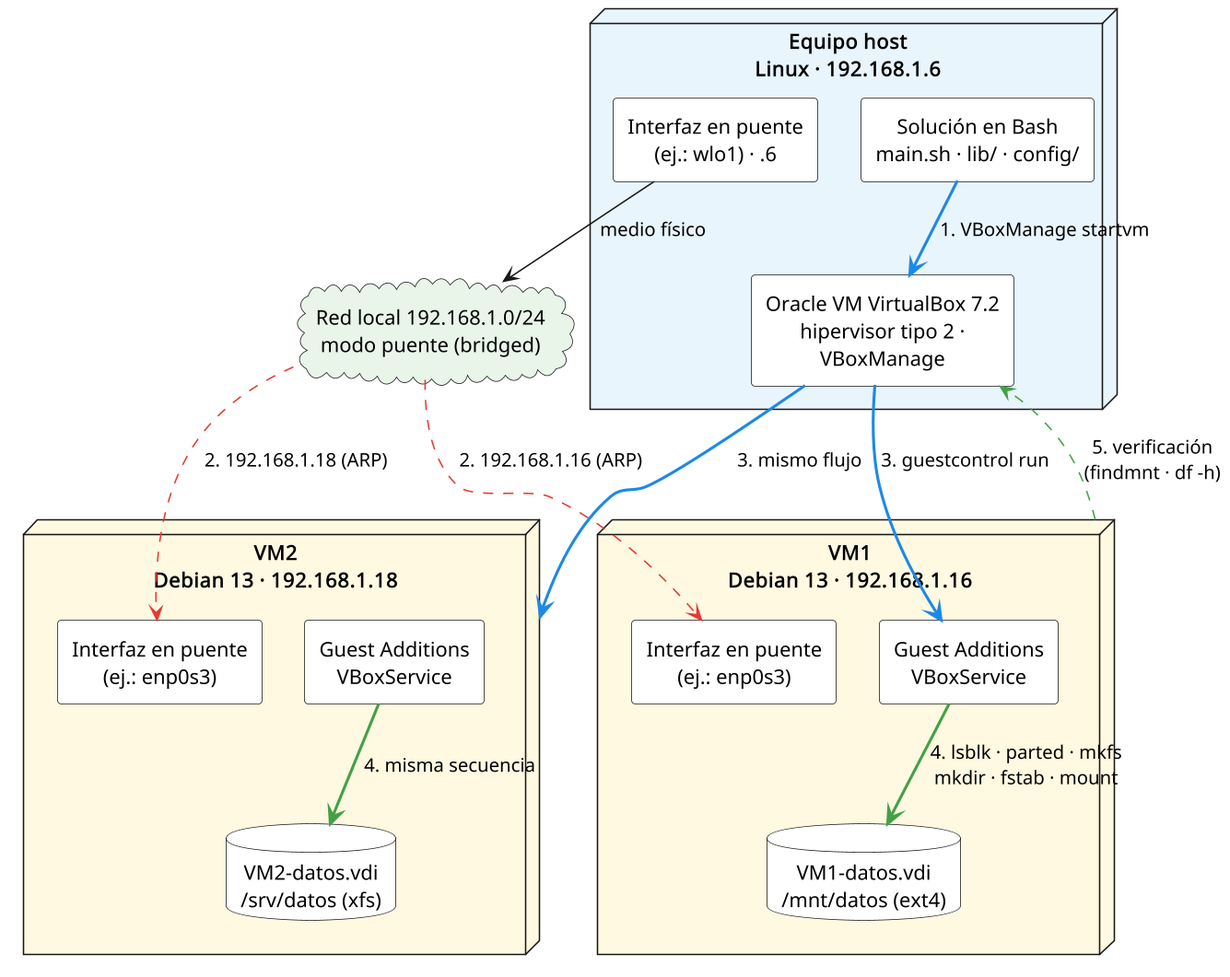
Before: documento/images/escenario.png, a diagram exported from PlantUML (spalax-dev/vbox-disk-automation).
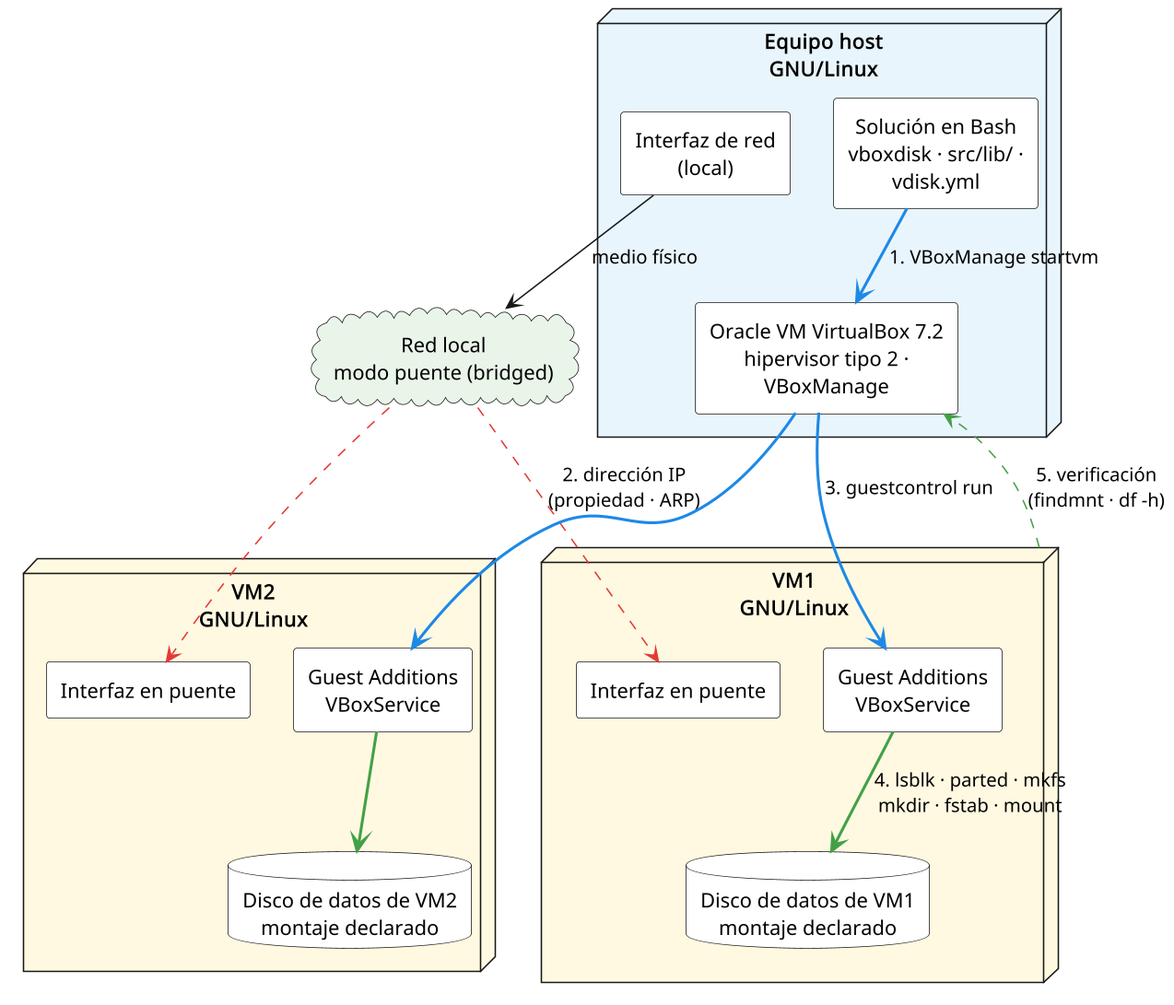
The same file after the commit.

Diff of the diagram source:
```diff
@@ -8,35 +8,35 @@
 skinparam wrapWidth 170
 skinparam defaultTextAlignment center
 
-node "Equipo host\nLinux · 192.168.1.6" as HOST #E8F4FC {
-  component "Solución en Bash\nmain.sh · lib/ · config/" as SOL #FFFFFF
-  component "Interfaz en puente\n(ej.: wlo1) · .6" as HNIC #FFFFFF
+node "Equipo host\nGNU/Linux" as HOST #E8F4FC {
+  component "Solución en Bash\nvboxdisk · src/lib/ · vdisk.yml" as SOL #FFFFFF
+  component "Interfaz de red\n(local)" as HNIC #FFFFFF
   component "Oracle VM VirtualBox 7.2\nhipervisor tipo 2 · VBoxManage" as VBox #FFFFFF
 }
 
-cloud "Red local 192.168.1.0/24\nmodo puente (bridged)" as LAN #E8F5E9
+cloud "Red local\nmodo puente (bridged)" as LAN #E8F5E9
 
-node "VM1\nDebian 13 · 192.168.1.16" as VM1 #FFF8E1 {
-  component "Interfaz en puente\n(ej.: enp0s3)" as NIC1 #FFFFFF
+node "VM1\nGNU/Linux" as VM1 #FFF8E1 {
+  component "Interfaz en puente" as NIC1 #FFFFFF
   component "Guest Additions\nVBoxService" as GA1 #FFFFFF
-  database "VM1-datos.vdi\n/mnt/datos (ext4)" as D1 #FFFFFF
+  database "Disco de datos de VM1\nmontaje declarado" as D1 #FFFFFF
 }
 
-node "VM2\nDebian 13 · 192.168.1.18" as VM2 #FFF8E1 {
-  component "Interfaz en puente\n(ej.: enp0s3)" as NIC2 #FFFFFF
+node "VM2\nGNU/Linux" as VM2 #FFF8E1 {
+  component "Interfaz en puente" as NIC2 #FFFFFF
   component "Guest Additions\nVBoxService" as GA2 #FFFFFF
-  database "VM2-datos.vdi\n/srv/datos (xfs)" as D2 #FFFFFF
+  database "Disco de datos de VM2\nmontaje declarado" as D2 #FFFFFF
 }
 
 HNIC --> LAN : "medio físico"
-LAN -[#E53935,dashed]-> NIC1 : "2. 192.168.1.16 (ARP)"
-LAN -[#E53935,dashed]-> NIC2 : "2. 192.168.1.18 (ARP)"
+LAN -[#E53935,dashed]-> NIC1 : "2. dirección IP\n(propiedad · ARP)"
+LAN -[#E53935,dashed]-> NIC2
 
 SOL -[#1E88E5,bold]-> VBox : "1. VBoxManage startvm"
 VBox .[#1E88E5,bold].> GA1 : "3. guestcontrol run"
-VBox .[#1E88E5,bold].> VM2 : "3. mismo flujo"
+VBox .[#1E88E5,bold].> GA2
 GA1 -[#43A047,bold]-> D1 : "4. lsblk · parted · mkfs\nmkdir · fstab · mount"
-GA2 -[#43A047,bold]-> D2 : "4. misma secuencia"
+GA2 -[#43A047,bold]-> D2
 VM1 .[#43A047,dashed].> VBox : "5. verificación\n(findmnt · df -h)"
 
 @enduml
```
